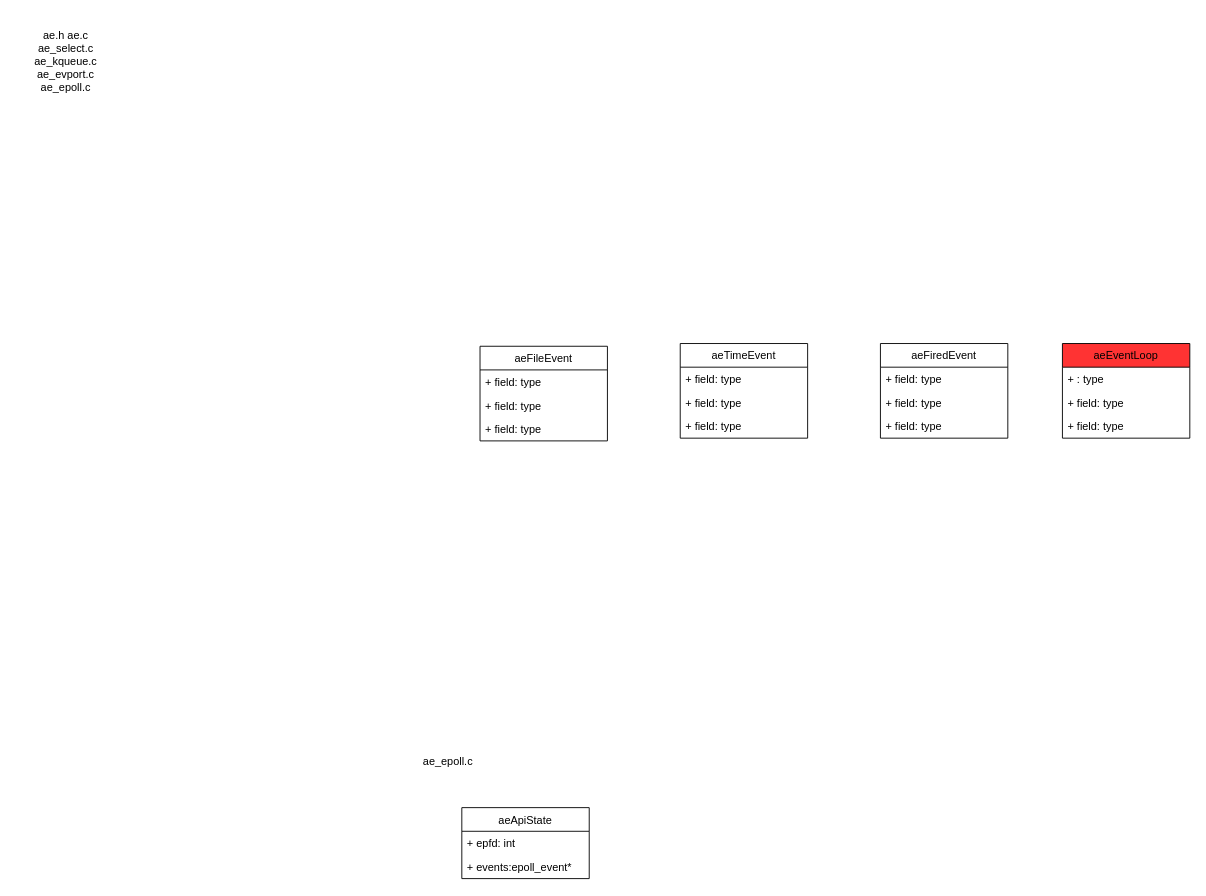
tadsimons/draw keeps this draw.io diagram as page "ae" (4 of 7) of redis.drawio. Above is the earlier version. Source tidied: cells renumbered, new cells numbered last; positions are measured from the earlier drawing's top-left corner, leaving out a move shared by most shapes. Both pictures are drawn from the tidied source at 91%, with x=0, y=0 at pixel (15, 15).
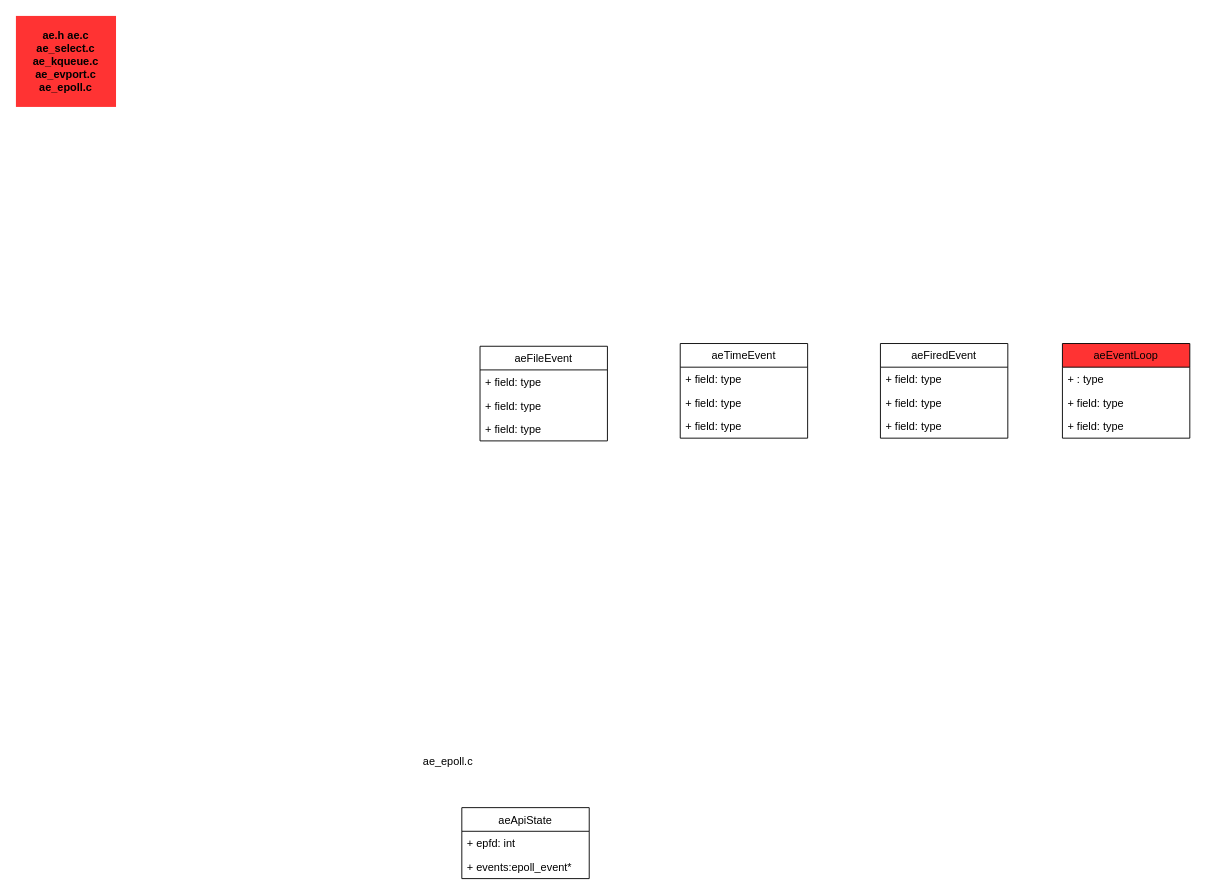
After the change.

What changed in the source:
```diff
@@
-    <mxCell id="18" value="ae.h ae.c&lt;br&gt;ae_select.c&lt;br&gt;ae_kqueue.c&lt;br&gt;ae_evport.c&lt;br&gt;ae_epoll.c" style="text;html=1;strokeColor=none;fillColor=none;align=center;verticalAlign=middle;whiteSpace=wrap;rounded=0;" parent="1" vertex="1">
+    <mxCell id="18" value="&lt;b&gt;ae.h ae.c&lt;br&gt;ae_select.c&lt;br&gt;ae_kqueue.c&lt;br&gt;ae_evport.c&lt;br&gt;ae_epoll.c&lt;/b&gt;" style="text;html=1;strokeColor=none;fillColor=#FF3333;align=center;verticalAlign=middle;whiteSpace=wrap;rounded=0;" parent="1" vertex="1">
       <mxGeometry width="110" height="100" as="geometry" />
     </mxCell>
```
